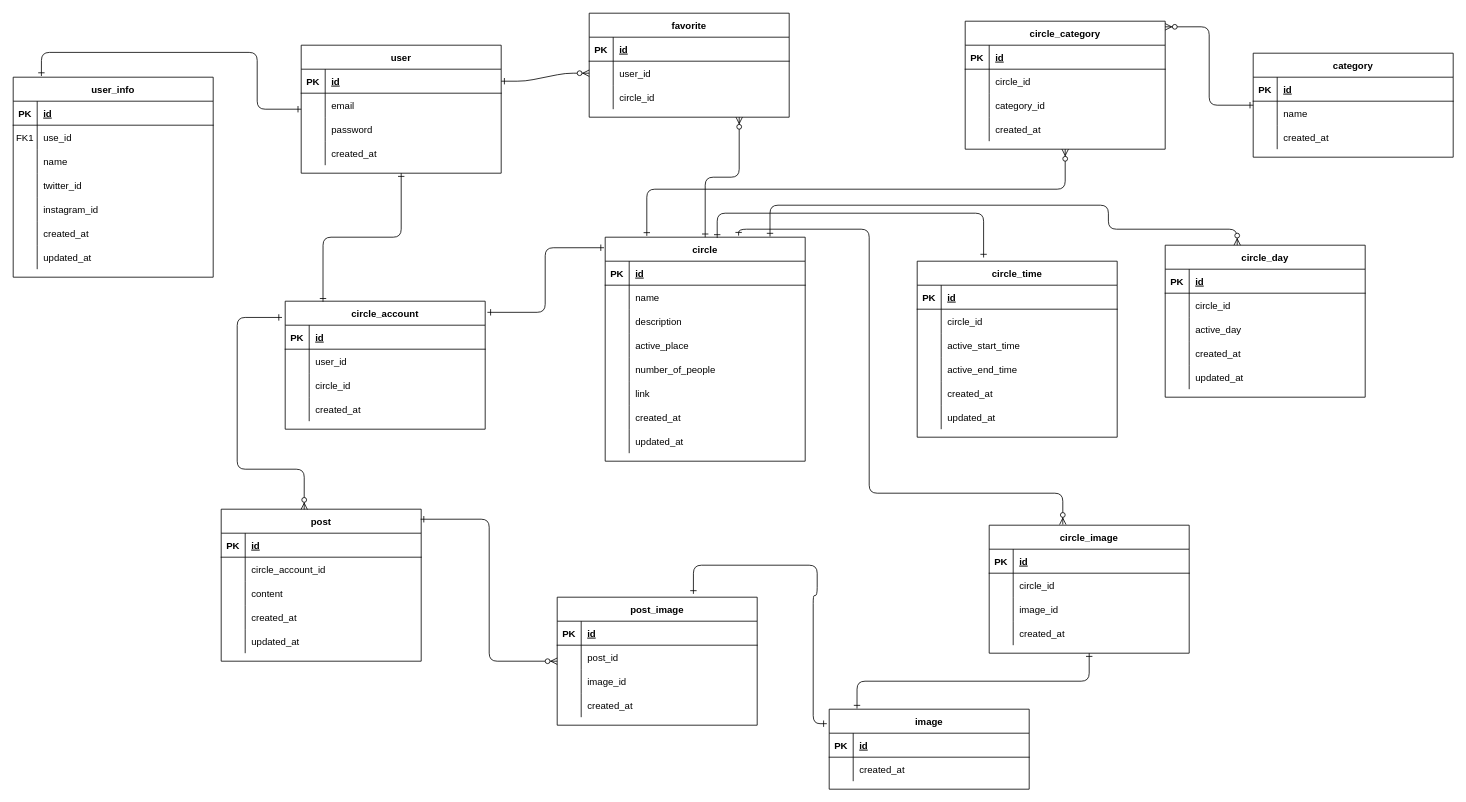
Before: kurakan.drawio in mokupuro/drow.io, a draw.io diagram. Source tidied: cells renumbered, new cells numbered last; positions are measured from the earlier drawing's top-left corner, leaving out a move shared by most shapes. Both pictures are drawn from the tidied source at 80%, with x=0, y=0 at pixel (13, 13).
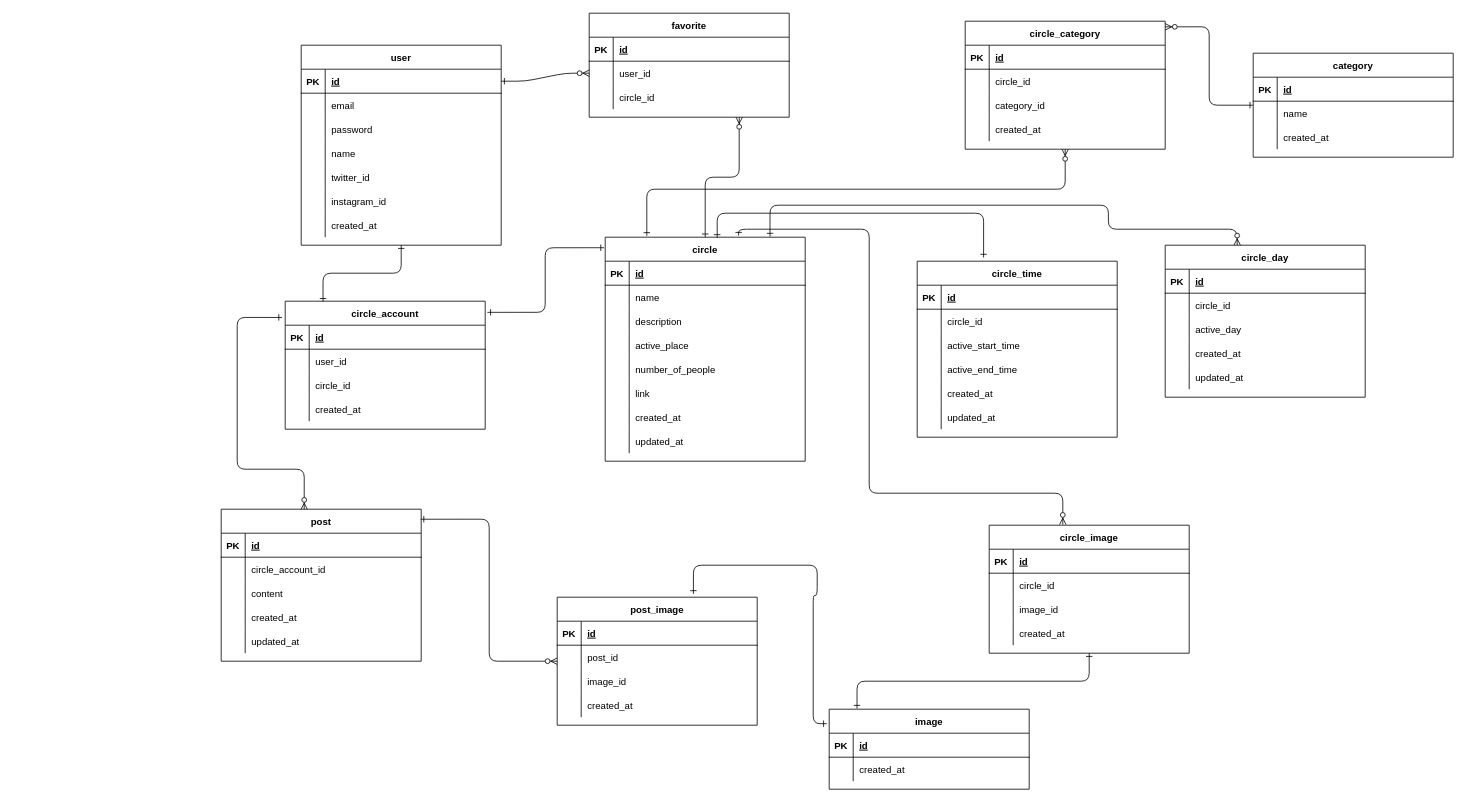
The same diagram, later.

Commit message:
delete user_info table

The edit, as a diff of the source:
```diff
@@
     <mxCell id="13" value="user" style="shape=table;startSize=30;childLayout=tableLayout;rowLines=0;fontStyle=1;align=center;" parent="1" vertex="1">
-      <mxGeometry x="360" y="40" width="250" height="160" as="geometry" />
+      <mxGeometry x="360" y="40" width="250" height="250" as="geometry" />
     </mxCell>
@@
-    <mxCell id="23" style="shape=partialRectangle;fillColor=none;top=0;left=0;right=0;bottom=0;" parent="13" vertex="1">
-      <mxGeometry y="120" width="250" height="30" as="geometry" />
-    </mxCell>
-    <mxCell id="24" style="shape=partialRectangle;overflow=hidden;fillColor=none;top=0;left=0;bottom=0;right=0;" parent="23" vertex="1">
-      <mxGeometry width="30" height="30" as="geometry" />
-    </mxCell>
-    <mxCell id="25" value="created_at" style="shape=partialRectangle;overflow=hidden;fillColor=none;top=0;left=0;bottom=0;right=0;align=left;spacingLeft=6;" parent="23" vertex="1">
-      <mxGeometry x="30" width="220" height="30" as="geometry" />
-    </mxCell>
-    <mxCell id="26" value="user_info" style="shape=table;startSize=30;childLayout=tableLayout;rowLines=0;fontStyle=1;align=center;" parent="1" vertex="1">
-      <mxGeometry y="80" width="250" height="250" as="geometry" />
-    </mxCell>
-    <mxCell id="27" style="shape=partialRectangle;fillColor=none;top=0;left=0;right=0;bottom=1;" parent="26" vertex="1">
-      <mxGeometry y="30" width="250" height="30" as="geometry" />
-    </mxCell>
-    <mxCell id="28" value="PK" style="shape=partialRectangle;overflow=hidden;fillColor=none;top=0;left=0;bottom=0;right=0;fontStyle=1;" parent="27" vertex="1">
-      <mxGeometry width="30" height="30" as="geometry" />
-    </mxCell>
-    <mxCell id="29" value="id" style="shape=partialRectangle;overflow=hidden;fillColor=none;top=0;left=0;bottom=0;right=0;align=left;spacingLeft=6;fontStyle=5;" parent="27" vertex="1">
-      <mxGeometry x="30" width="220" height="30" as="geometry" />
-    </mxCell>
-    <mxCell id="30" style="shape=partialRectangle;fillColor=none;top=0;left=0;right=0;bottom=0;" parent="26" vertex="1">
-      <mxGeometry y="60" width="250" height="30" as="geometry" />
-    </mxCell>
-    <mxCell id="31" value="FK1" style="shape=partialRectangle;overflow=hidden;fillColor=none;top=0;left=0;bottom=0;right=0;" parent="30" vertex="1">
-      <mxGeometry width="30" height="30" as="geometry" />
-    </mxCell>
-    <mxCell id="32" value="use_id" style="shape=partialRectangle;overflow=hidden;fillColor=none;top=0;left=0;bottom=0;right=0;align=left;spacingLeft=6;" parent="30" vertex="1">
-      <mxGeometry x="30" width="220" height="30" as="geometry" />
-    </mxCell>
-    <mxCell id="33" style="shape=partialRectangle;fillColor=none;top=0;left=0;right=0;bottom=0;" parent="26" vertex="1">
-      <mxGeometry y="90" width="250" height="30" as="geometry" />
+    <mxCell id="33" style="shape=partialRectangle;fillColor=none;top=0;left=0;right=0;bottom=0;" parent="13" vertex="1">
+      <mxGeometry y="120" width="250" height="30" as="geometry" />
     </mxCell>
@@
-    <mxCell id="36" style="shape=partialRectangle;fillColor=none;top=0;left=0;right=0;bottom=0;" parent="26" vertex="1">
-      <mxGeometry y="120" width="250" height="30" as="geometry" />
+    <mxCell id="36" style="shape=partialRectangle;fillColor=none;top=0;left=0;right=0;bottom=0;" parent="13" vertex="1">
+      <mxGeometry y="150" width="250" height="30" as="geometry" />
     </mxCell>
@@
-    <mxCell id="39" style="shape=partialRectangle;fillColor=none;top=0;left=0;right=0;bottom=0;" parent="26" vertex="1">
-      <mxGeometry y="150" width="250" height="30" as="geometry" />
+    <mxCell id="39" style="shape=partialRectangle;fillColor=none;top=0;left=0;right=0;bottom=0;" parent="13" vertex="1">
+      <mxGeometry y="180" width="250" height="30" as="geometry" />
     </mxCell>
@@
-    <mxCell id="42" style="shape=partialRectangle;fillColor=none;top=0;left=0;right=0;bottom=0;" parent="26" vertex="1">
-      <mxGeometry y="180" width="250" height="30" as="geometry" />
-    </mxCell>
-    <mxCell id="43" style="shape=partialRectangle;overflow=hidden;fillColor=none;top=0;left=0;bottom=0;right=0;" parent="42" vertex="1">
-      <mxGeometry width="30" height="30" as="geometry" />
-    </mxCell>
-    <mxCell id="44" value="created_at" style="shape=partialRectangle;overflow=hidden;fillColor=none;top=0;left=0;bottom=0;right=0;align=left;spacingLeft=6;" parent="42" vertex="1">
-      <mxGeometry x="30" width="220" height="30" as="geometry" />
-    </mxCell>
-    <mxCell id="45" style="shape=partialRectangle;fillColor=none;top=0;left=0;right=0;bottom=0;" parent="26" vertex="1">
-      <mxGeometry y="210" width="250" height="30" as="geometry" />
-    </mxCell>
-    <mxCell id="46" style="shape=partialRectangle;overflow=hidden;fillColor=none;top=0;left=0;bottom=0;right=0;" parent="45" vertex="1">
-      <mxGeometry width="30" height="30" as="geometry" />
-    </mxCell>
-    <mxCell id="47" value="updated_at" style="shape=partialRectangle;overflow=hidden;fillColor=none;top=0;left=0;bottom=0;right=0;align=left;spacingLeft=6;" parent="45" vertex="1">
-      <mxGeometry x="30" width="220" height="30" as="geometry" />
-    </mxCell>
-    <mxCell id="48" style="endArrow=ERone;startArrow=ERone;endFill=0;startFill=0;entryX=0.141;entryY=-0.006;entryDx=0;entryDy=0;entryPerimeter=0;edgeStyle=orthogonalEdgeStyle;" parent="1" edge="1" source="13" target="26">
-      <mxGeometry relative="1" as="geometry">
-        <Array as="points">
-          <mxPoint x="305" y="120" />
-          <mxPoint x="305" y="49" />
-        </Array>
-      </mxGeometry>
-    </mxCell>
+    <mxCell id="23" style="shape=partialRectangle;fillColor=none;top=0;left=0;right=0;bottom=0;" parent="13" vertex="1">
+      <mxGeometry y="210" width="250" height="30" as="geometry" />
+    </mxCell>
+    <mxCell id="24" style="shape=partialRectangle;overflow=hidden;fillColor=none;top=0;left=0;bottom=0;right=0;" parent="23" vertex="1">
+      <mxGeometry width="30" height="30" as="geometry" />
+    </mxCell>
+    <mxCell id="25" value="created_at" style="shape=partialRectangle;overflow=hidden;fillColor=none;top=0;left=0;bottom=0;right=0;align=left;spacingLeft=6;" parent="23" vertex="1">
+      <mxGeometry x="30" width="220" height="30" as="geometry" />
+    </mxCell>
```
